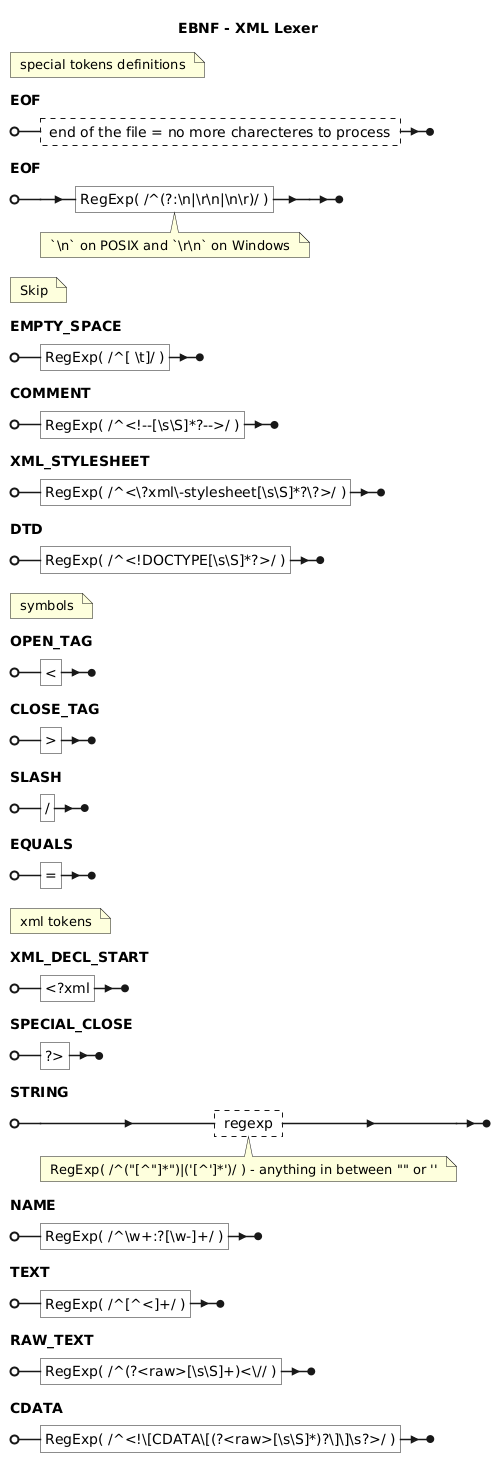
Before: implementations/ts-parser-xml/assets/images/lexer.png, a diagram exported from PlantUML (erkobridee/ds-ast).
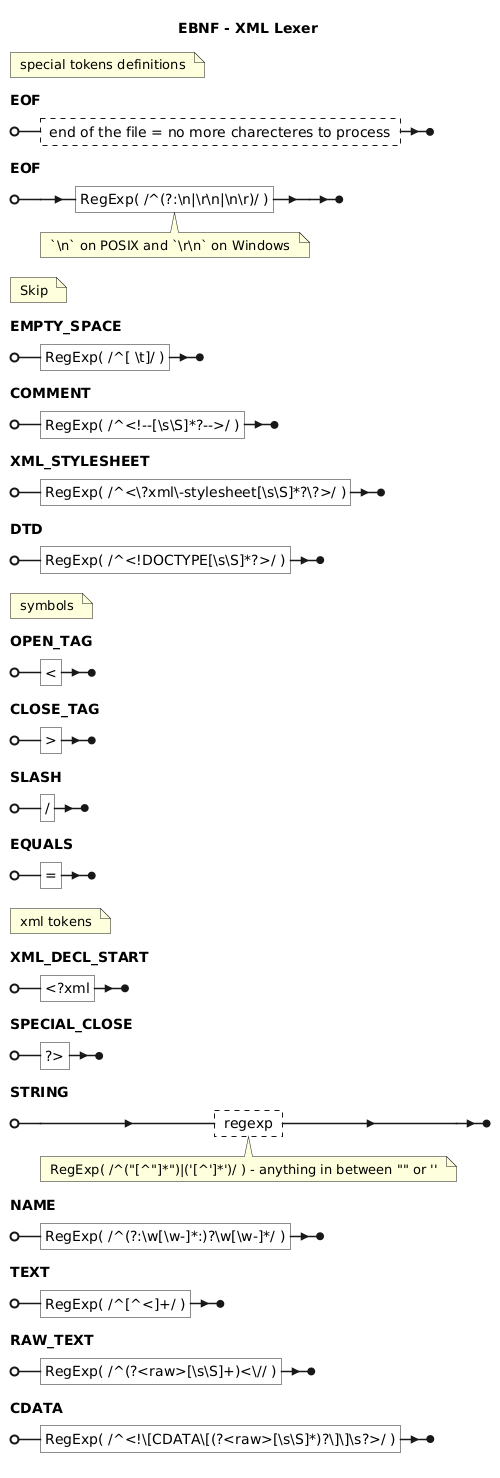
The same file after the commit.

The edit, as a diff of the source:
```diff
@@ -37,7 +37,7 @@
 
 STRING = ? regexp ? (* RegExp( /^("[^"]*")|('[^']*')/ ) - anything in between "" or '' *) ;
 
-NAME = "RegExp( /^\w+:?[\w-]+/ )" ;
+NAME = "RegExp( /^(?:\w[\w-]*:)?\w[\w-]*/ )" ;
 
 TEXT = "RegExp( /^[^<]+/ )" ;
 
```
